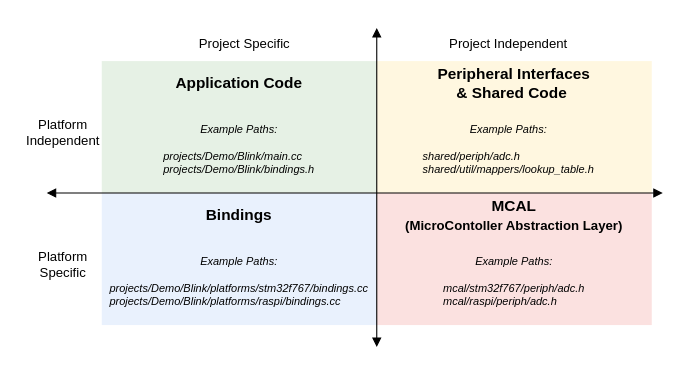
Earlier version of the draw.io diagram page "Light" (1 of 2) of docs/docs/firmware/architecture/arch_diagram.drawio (macformula/racecar). Source tidied: cells renumbered, new cells numbered last; positions are measured from the earlier drawing's top-left corner, leaving out a move shared by most shapes. Both pictures are drawn from the tidied source at 110%, with x=0, y=0 at pixel (19, 28).
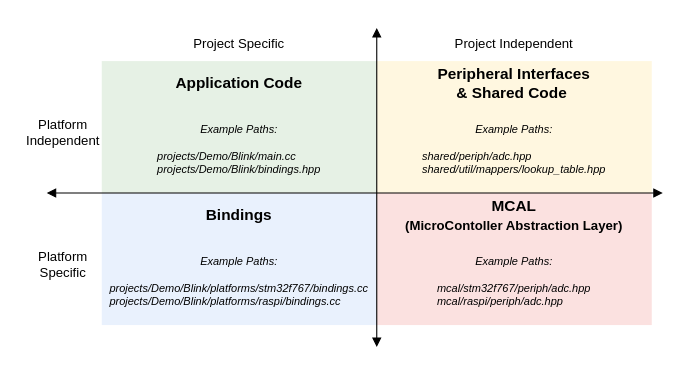
Above is the later version.

Change to the diagram source:
```diff
@@
     <mxCell id="2" value="Project&amp;nbsp;&lt;span style=&quot;background-color: initial;&quot;&gt;Specific&lt;/span&gt;" style="text;html=1;align=center;verticalAlign=middle;whiteSpace=wrap;rounded=0;" parent="1" vertex="1">
-      <mxGeometry x="145" width="120" height="30" as="geometry" />
+      <mxGeometry x="75" width="250" height="30" as="geometry" />
     </mxCell>
     <mxCell id="3" value="Project Independent" style="text;html=1;align=center;verticalAlign=middle;whiteSpace=wrap;rounded=0;" parent="1" vertex="1">
-      <mxGeometry x="365" width="160" height="30" as="geometry" />
+      <mxGeometry x="325" width="250" height="30" as="geometry" />
     </mxCell>
@@
-    <mxCell id="11" value="&lt;span style=&quot;font-weight: normal; font-size: 10px;&quot;&gt;Example Paths:&lt;br&gt;&lt;br&gt;mcal/stm32f767/periph/adc.h&lt;br&gt;&lt;div style=&quot;text-align: left;&quot;&gt;&lt;span style=&quot;background-color: initial;&quot;&gt;mcal/raspi/periph/adc.h&lt;/span&gt;&lt;/div&gt;&lt;/span&gt;" style="text;html=1;align=center;verticalAlign=top;whiteSpace=wrap;rounded=0;fontStyle=3;fontFamily=Helvetica;fontSize=10;" parent="1" vertex="1">
+    <mxCell id="11" value="&lt;span style=&quot;font-weight: normal; font-size: 10px;&quot;&gt;Example Paths:&lt;br&gt;&lt;br&gt;mcal/stm32f767/periph/adc.hpp&lt;br&gt;&lt;div style=&quot;text-align: left;&quot;&gt;&lt;span style=&quot;background-color: initial;&quot;&gt;mcal/raspi/periph/adc.hpp&lt;/span&gt;&lt;/div&gt;&lt;/span&gt;" style="text;html=1;align=center;verticalAlign=top;whiteSpace=wrap;rounded=0;fontStyle=3;fontFamily=Helvetica;fontSize=10;" parent="1" vertex="1">
       <mxGeometry x="325" y="200" width="250" height="70" as="geometry" />
     </mxCell>
@@
-    <mxCell id="14" value="&lt;span style=&quot;font-weight: normal; font-size: 10px;&quot;&gt;Example Paths:&lt;br&gt;&lt;br&gt;&lt;div style=&quot;text-align: left;&quot;&gt;&lt;span style=&quot;background-color: initial;&quot;&gt;projects/Demo/Blink/main.cc&lt;/span&gt;&lt;/div&gt;projects/Demo/Blink/bindings.h&lt;/span&gt;" style="text;html=1;align=center;verticalAlign=top;whiteSpace=wrap;rounded=0;fontStyle=3;fontFamily=Helvetica;labelBackgroundColor=none;textShadow=0;labelBorderColor=none;fontSize=10;" parent="1" vertex="1">
-      <mxGeometry x="85" y="80" width="230" height="75" as="geometry" />
+    <mxCell id="14" value="&lt;span style=&quot;font-weight: normal; font-size: 10px;&quot;&gt;Example Paths:&lt;br&gt;&lt;br&gt;&lt;div style=&quot;text-align: left;&quot;&gt;&lt;span style=&quot;background-color: initial;&quot;&gt;projects/Demo/Blink/main.cc&lt;/span&gt;&lt;/div&gt;projects/Demo/Blink/bindings.hpp&lt;/span&gt;" style="text;html=1;align=center;verticalAlign=top;whiteSpace=wrap;rounded=0;fontStyle=3;fontFamily=Helvetica;labelBackgroundColor=none;textShadow=0;labelBorderColor=none;fontSize=10;" parent="1" vertex="1">
+      <mxGeometry x="75" y="80" width="250" height="70" as="geometry" />
     </mxCell>
@@
-    <mxCell id="17" value="&lt;span style=&quot;font-weight: 400; font-size: 10px;&quot;&gt;Example Paths:&lt;br&gt;&lt;br&gt;&lt;div style=&quot;text-align: left;&quot;&gt;&lt;span style=&quot;background-color: initial;&quot;&gt;shared/periph/adc.h&lt;/span&gt;&lt;/div&gt;&lt;/span&gt;&lt;span style=&quot;font-weight: normal; font-size: 10px;&quot;&gt;shared/util/mappers/lookup_table.h&lt;br style=&quot;font-size: 10px;&quot;&gt;&lt;/span&gt;" style="text;html=1;align=center;verticalAlign=top;whiteSpace=wrap;rounded=0;fontStyle=3;fontFamily=Helvetica;fontSize=10;" parent="1" vertex="1">
-      <mxGeometry x="345" y="80" width="200" height="70" as="geometry" />
+    <mxCell id="17" value="&lt;span style=&quot;font-weight: 400; font-size: 10px;&quot;&gt;Example Paths:&lt;br&gt;&lt;br&gt;&lt;div style=&quot;text-align: left;&quot;&gt;&lt;span style=&quot;background-color: initial;&quot;&gt;shared/periph/adc.hpp&lt;/span&gt;&lt;/div&gt;&lt;/span&gt;&lt;span style=&quot;font-weight: normal; font-size: 10px;&quot;&gt;shared/util/mappers/lookup_table.hpp&lt;br style=&quot;font-size: 10px;&quot;&gt;&lt;/span&gt;" style="text;html=1;align=center;verticalAlign=top;whiteSpace=wrap;rounded=0;fontStyle=3;fontFamily=Helvetica;fontSize=10;" parent="1" vertex="1">
+      <mxGeometry x="325" y="80" width="250" height="70" as="geometry" />
     </mxCell>
```
